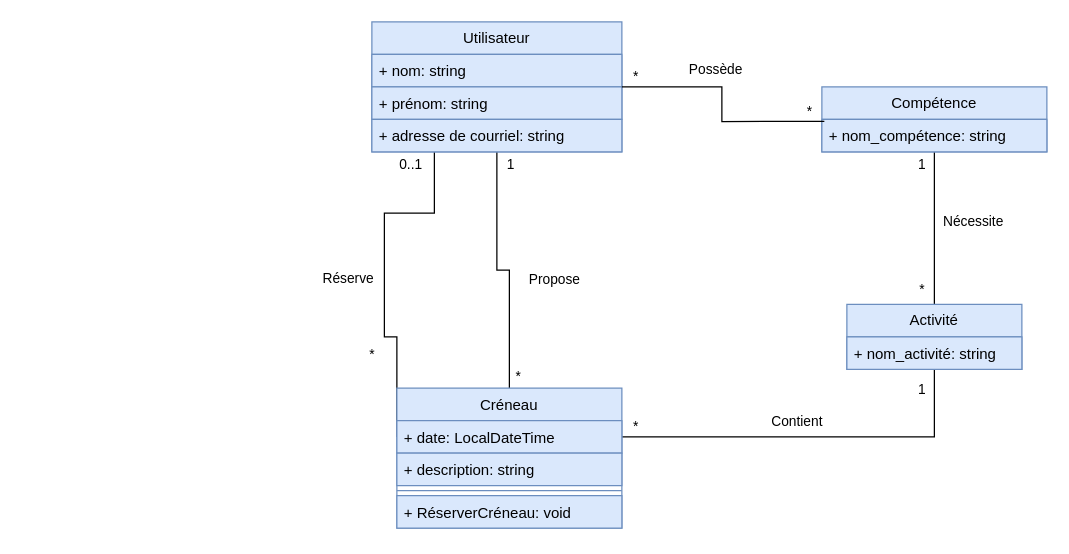
Before: docs/ClassDiagram/ClassDiagram.drawio in SamuelFMS/17-Evaluation-Web-Python, a draw.io diagram. Source tidied: cells renumbered, new cells numbered last; positions are measured from the earlier drawing's top-left corner, leaving out a move shared by most shapes. Both pictures are drawn from the tidied source at 125%, with x=0, y=0 at pixel (371, 21).
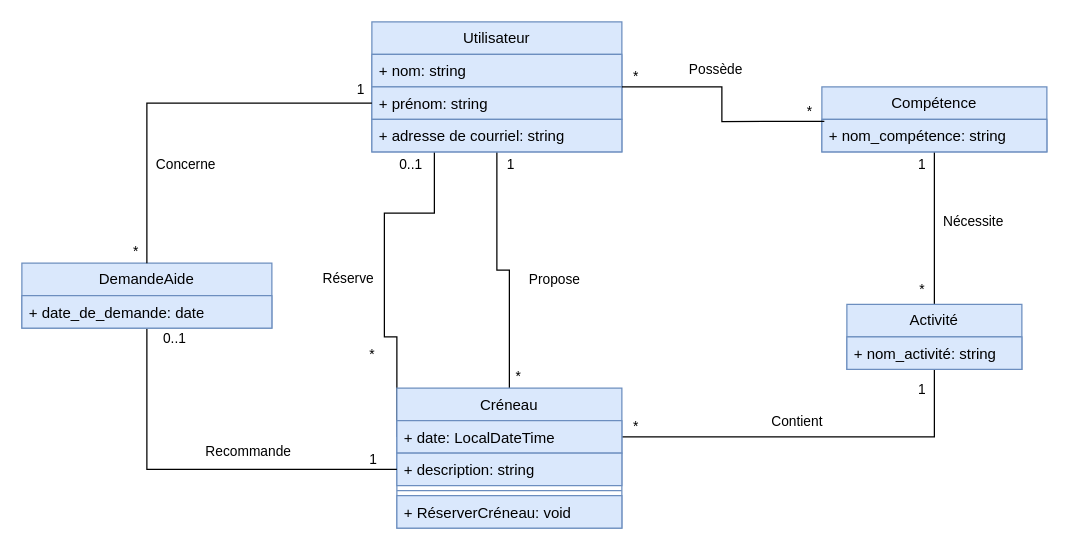
The same page after the edit.

Commit message (it also covers changes not shown here):
docs: diagramme de classe pour la demande d'aide

Unchanged cells that the change refers to:
```xml
<mxCell id="8" value="+ prénom: string" style="text;strokeColor=#6c8ebf;fillColor=#dae8fc;align=left;verticalAlign=top;spacingLeft=4;spacingRight=4;overflow=hidden;points=[[0,0.5],[1,0.5]];portConstraint=eastwest;whiteSpace=wrap;html=1;" parent="6" vertex="1">
  <mxGeometry y="52" width="200" height="26" as="geometry" />
</mxCell>
<mxCell id="33" value="+ description: string" style="text;strokeColor=#6c8ebf;fillColor=#dae8fc;align=left;verticalAlign=top;spacingLeft=4;spacingRight=4;overflow=hidden;points=[[0,0.5],[1,0.5]];portConstraint=eastwest;whiteSpace=wrap;html=1;" parent="31" vertex="1">
  <mxGeometry y="52" width="180" height="26" as="geometry" />
</mxCell>
```

Diff of the diagram source:
```diff
@@
+    <mxCell id="36" style="edgeStyle=orthogonalEdgeStyle;rounded=0;jettySize=auto;html=1;defaultLabelBackgroundColor=page;labelPadding=0 4;endArrow=none;endFill=0;" parent="1" edge="1" source="40" target="33">
+      <mxGeometry relative="1" as="geometry" />
+    </mxCell>
+    <mxCell id="37" value="0..1" style="edgeLabel;html=1;align=center;verticalAlign=middle;inheritText=1;defaultLabelBackgroundColor=page;labelPadding=0 4;" parent="36" vertex="1">
+      <mxGeometry x="0.89" y="4" relative="1" as="geometry">
+        <mxPoint x="-162" y="-102" as="offset" />
+      </mxGeometry>
+    </mxCell>
+    <mxCell id="38" value="1" style="edgeLabel;html=1;align=center;verticalAlign=middle;inheritText=1;defaultLabelBackgroundColor=page;labelPadding=0 4;" parent="36" vertex="1">
+      <mxGeometry x="-0.94" y="3" relative="1" as="geometry">
+        <mxPoint x="177" y="95" as="offset" />
+      </mxGeometry>
+    </mxCell>
+    <mxCell id="39" value="Concerne" style="edgeLabel;html=1;align=center;verticalAlign=middle;inheritText=1;defaultLabelBackgroundColor=page;labelPadding=0 4;" parent="36" vertex="1">
+      <mxGeometry x="0.13" y="1" relative="1" as="geometry">
+        <mxPoint x="-34" y="-244" as="offset" />
+      </mxGeometry>
+    </mxCell>
+    <mxCell id="40" value="DemandeAide" style="swimlane;fontStyle=0;horizontal=1;startSize=26;fillColor=#dae8fc;whiteSpace=wrap;html=1;strokeColor=#6c8ebf;" parent="1" vertex="1">
+      <mxGeometry x="-280" y="193" width="200" height="52" as="geometry" />
+    </mxCell>
+    <mxCell id="41" value="+ date_de_demande&lt;span style=&quot;background-color: transparent; color: light-dark(#000000, var(--ge-light-color, #ffffff));&quot;&gt;: date&lt;/span&gt;" style="text;strokeColor=#6c8ebf;fillColor=#dae8fc;align=left;verticalAlign=top;spacingLeft=4;spacingRight=4;overflow=hidden;whiteSpace=wrap;html=1;" parent="40" vertex="1">
+      <mxGeometry y="26" width="200" height="26" as="geometry" />
+    </mxCell>
+    <mxCell id="42" style="edgeStyle=orthogonalEdgeStyle;rounded=0;jettySize=auto;html=1;entryX=0.5;entryY=0;entryDx=0;entryDy=0;defaultLabelBackgroundColor=page;labelPadding=0 4;endArrow=none;endFill=0;" parent="1" edge="1" source="8" target="40">
+      <mxGeometry relative="1" as="geometry" />
+    </mxCell>
+    <mxCell id="43" value="*" style="edgeLabel;html=1;align=center;verticalAlign=middle;inheritText=1;defaultLabelBackgroundColor=page;labelPadding=0 4;" parent="42" vertex="1">
+      <mxGeometry x="-0.84" relative="1" as="geometry">
+        <mxPoint x="-165" y="118" as="offset" />
+      </mxGeometry>
+    </mxCell>
+    <mxCell id="44" value="1" style="edgeLabel;html=1;align=center;verticalAlign=middle;inheritText=1;defaultLabelBackgroundColor=page;labelPadding=0 4;" parent="42" vertex="1">
+      <mxGeometry x="-0.84" relative="1" as="geometry">
+        <mxPoint x="15" y="-12" as="offset" />
+      </mxGeometry>
+    </mxCell>
+    <mxCell id="45" value="Recommande" style="edgeLabel;html=1;align=center;verticalAlign=middle;inheritText=1;defaultLabelBackgroundColor=page;labelPadding=0 4;" parent="42" vertex="1">
+      <mxGeometry x="0.35" y="-2" relative="1" as="geometry">
+        <mxPoint x="82" y="250" as="offset" />
+      </mxGeometry>
+    </mxCell>
```
